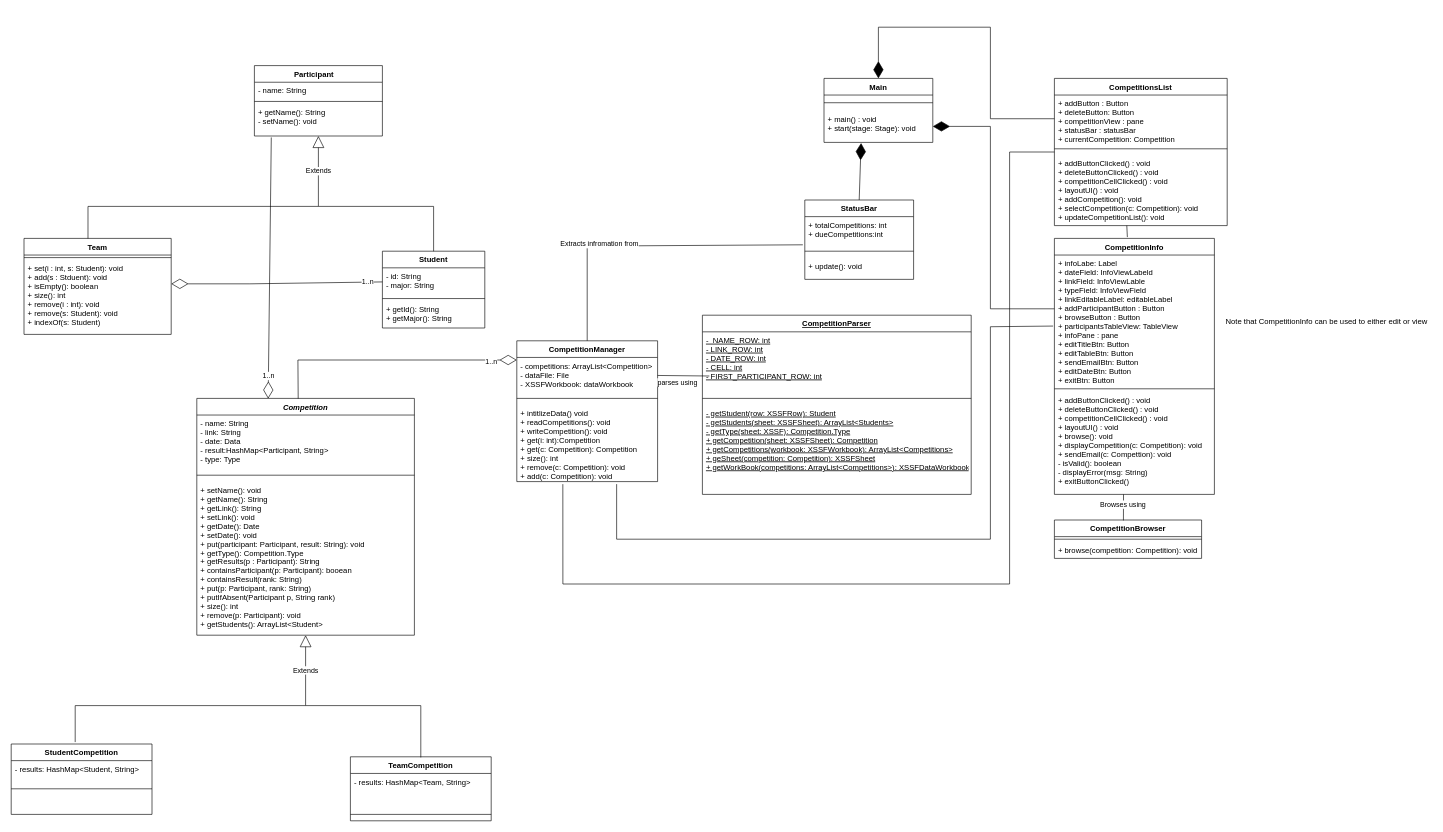
Before: docs/phase2/class-diagram.drawio in AbdullahAXR/Competition-tracker, a draw.io diagram. Source tidied: cells renumbered, new cells numbered last; positions are measured from the earlier drawing's top-left corner, leaving out a move shared by most shapes. Both pictures are drawn from the tidied source at 64%, with x=0, y=0 at pixel (11, 27).
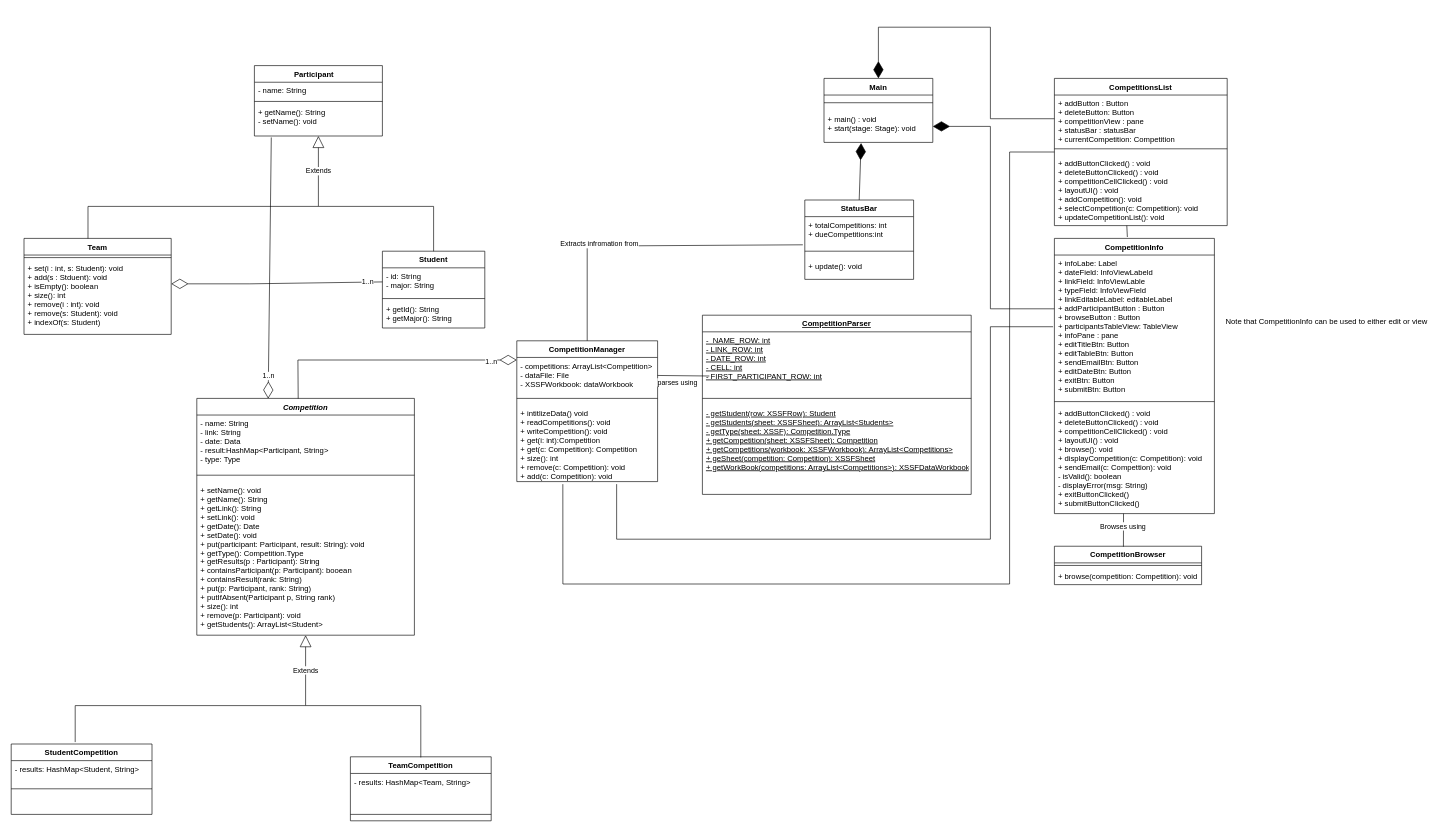
Above is the later version.

Commit message:
class diagram: added submitBtn and submitButtonClicked() in CompetitionInfo Class

The change refers to these unchanged cells:
```xml
<mxCell id="20" value="+ intitlizeData() void&#10;+ readCompetitions(): void&#10;+ writeCompetition(): void&#10;+ get(i: int):Competition&#10;+ get(c: Competition): Competition&#10;+ size(): int&#10;+ remove(c: Competition): void&#10;+ add(c: Competition): void&#10;&#10;&#10;" style="text;strokeColor=none;fillColor=none;align=left;verticalAlign=top;spacingLeft=4;spacingRight=4;overflow=hidden;points=[[0,0.5],[1,0.5]];portConstraint=eastwest;" parent="17" vertex="1">
  <mxGeometry y="100" width="220" height="120" as="geometry" />
</mxCell>
```

What changed in the source:
```diff
@@
     <mxCell id="13" value="CompetitionInfo" style="swimlane;fontStyle=1;align=center;verticalAlign=top;horizontal=1;startSize=26;" parent="1" vertex="1">
-      <mxGeometry x="1630" y="330" width="250" height="400" as="geometry" />
+      <mxGeometry x="1630" y="330" width="250" height="430" as="geometry" />
     </mxCell>
-    <mxCell id="14" value="+ infoLabe: Label&#10;+ dateField: InfoViewLabeld&#10;+ linkField: InfoViewLable&#10;+ typeField: InfoViewField&#10;+ linkEditableLabel: editableLabel&#10;+ addParticipantButton : Button&#10;+ browseButton : Button&#10;+ participantsTableView: TableView&#10;+ infoPane : pane&#10;+ editTitleBtn: Button&#10;+ editTableBtn: Button&#10;+ sendEmailBtn: Button&#10;+ editDateBtn: Button&#10;+ exitBtn: Button&#10;&#10;&#10;" style="text;strokeColor=none;fillColor=none;align=left;verticalAlign=top;spacingLeft=4;spacingRight=4;overflow=hidden;points=[[0,0.5],[1,0.5]];portConstraint=eastwest;" parent="13" vertex="1">
-      <mxGeometry y="26" width="250" height="204" as="geometry" />
+    <mxCell id="14" value="+ infoLabe: Label&#10;+ dateField: InfoViewLabeld&#10;+ linkField: InfoViewLable&#10;+ typeField: InfoViewField&#10;+ linkEditableLabel: editableLabel&#10;+ addParticipantButton : Button&#10;+ browseButton : Button&#10;+ participantsTableView: TableView&#10;+ infoPane : pane&#10;+ editTitleBtn: Button&#10;+ editTableBtn: Button&#10;+ sendEmailBtn: Button&#10;+ editDateBtn: Button&#10;+ exitBtn: Button&#10;+ submitBtn: Button&#10;&#10;&#10;" style="text;strokeColor=none;fillColor=none;align=left;verticalAlign=top;spacingLeft=4;spacingRight=4;overflow=hidden;points=[[0,0.5],[1,0.5]];portConstraint=eastwest;" parent="13" vertex="1">
+      <mxGeometry y="26" width="250" height="224" as="geometry" />
     </mxCell>
     <mxCell id="15" style="line;strokeWidth=1;fillColor=none;align=left;verticalAlign=middle;spacingTop=-1;spacingLeft=3;spacingRight=3;labelPosition=right;" parent="13" vertex="1">
-      <mxGeometry y="230" width="250" height="10" as="geometry" />
+      <mxGeometry y="250" width="250" height="10" as="geometry" />
     </mxCell>
-    <mxCell id="16" value="+ addButtonClicked() : void&#10;+ deleteButtonClicked() : void&#10;+ competitionCellClicked() : void&#10;+ layoutUI() : void&#10;+ browse(): void&#10;+ displayCompetition(c: Competition): void&#10;+ sendEmail(c: Compettion): void&#10;- isValid(): boolean&#10;- displayError(msg: String)&#10;+ exitButtonClicked()&#10;" style="text;strokeColor=none;fillColor=none;align=left;verticalAlign=top;spacingLeft=4;spacingRight=4;overflow=hidden;points=[[0,0.5],[1,0.5]];portConstraint=eastwest;" parent="13" vertex="1">
-      <mxGeometry y="240" width="250" height="160" as="geometry" />
+    <mxCell id="16" value="+ addButtonClicked() : void&#10;+ deleteButtonClicked() : void&#10;+ competitionCellClicked() : void&#10;+ layoutUI() : void&#10;+ browse(): void&#10;+ displayCompetition(c: Competition): void&#10;+ sendEmail(c: Compettion): void&#10;- isValid(): boolean&#10;- displayError(msg: String)&#10;+ exitButtonClicked()&#10;+ submitButtonClicked()&#10;" style="text;strokeColor=none;fillColor=none;align=left;verticalAlign=top;spacingLeft=4;spacingRight=4;overflow=hidden;points=[[0,0.5],[1,0.5]];portConstraint=eastwest;" parent="13" vertex="1">
+      <mxGeometry y="260" width="250" height="170" as="geometry" />
     </mxCell>
@@
     <mxCell id="57" value="CompetitionBrowser" style="swimlane;fontStyle=1;align=center;verticalAlign=top;horizontal=1;startSize=26;" parent="1" vertex="1">
-      <mxGeometry x="1630" y="770" width="230" height="60" as="geometry" />
+      <mxGeometry x="1630" y="811" width="230" height="60" as="geometry" />
     </mxCell>
@@
-    <mxCell id="71" style="endArrow=none;html=1;rounded=0;exitX=0.709;exitY=1.033;exitDx=0;exitDy=0;entryX=-0.008;entryY=0.544;entryDx=0;entryDy=0;exitPerimeter=0;entryPerimeter=0;" parent="1" edge="1" source="20" target="14">
+    <mxCell id="71" style="endArrow=none;html=1;rounded=0;exitX=0.709;exitY=1.033;exitDx=0;exitDy=0;exitPerimeter=0;" parent="1" edge="1" source="20">
       <mxGeometry relative="1" as="geometry">
+        <mxPoint x="1628" y="468" as="targetPoint" />
         <Array as="points">
           <mxPoint x="946" y="800" />
           <mxPoint x="1530" y="800" />
           <mxPoint x="1530" y="468" />
         </Array>
       </mxGeometry>
     </mxCell>
```
